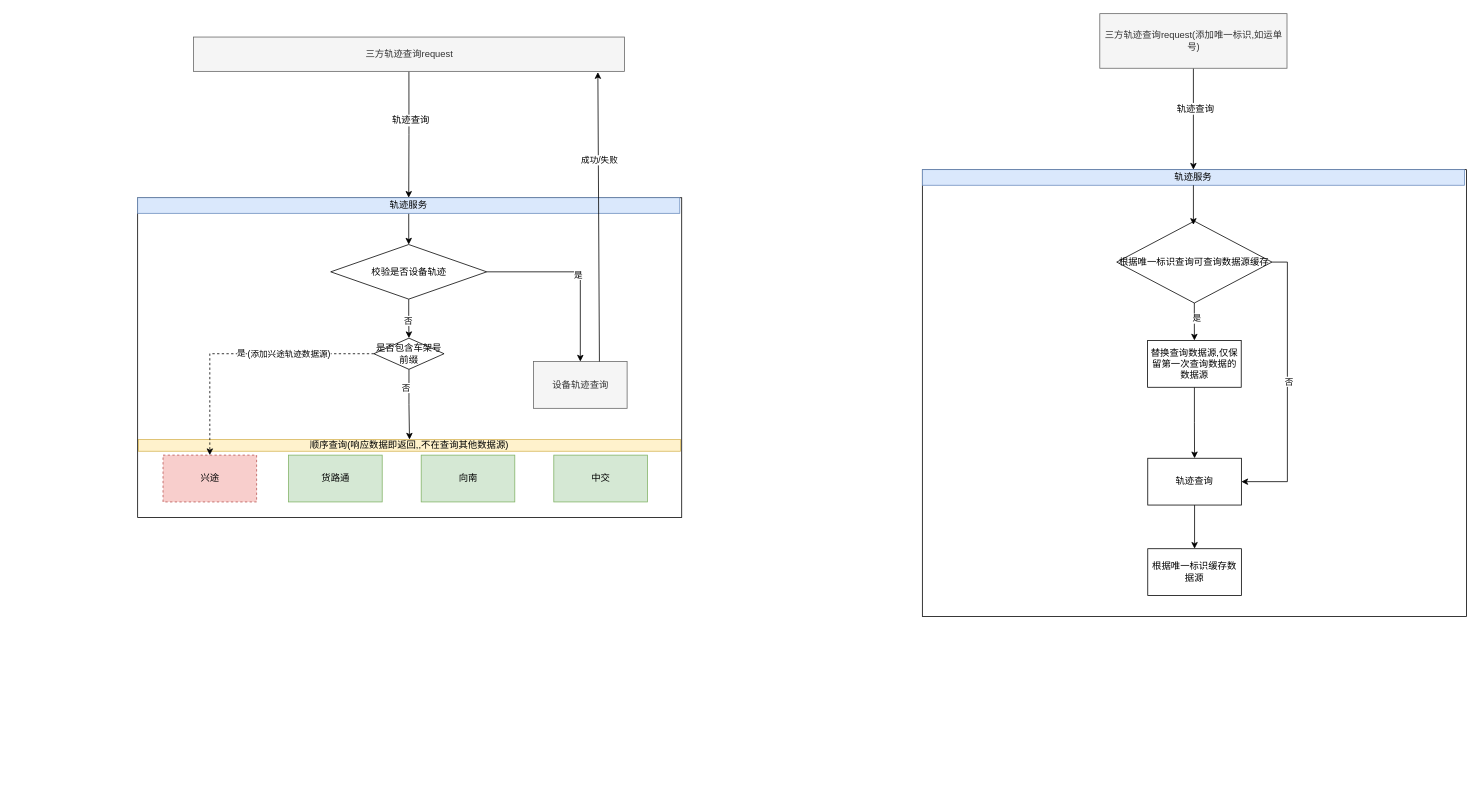
The draw.io diagram 车架号查询兴途.drawio in YangZhenli-git/draw_picture, before the edit. Source tidied: cells renumbered, new cells numbered last; positions are measured from the earlier drawing's top-left corner, leaving out a move shared by most shapes. Both pictures are drawn from the tidied source at 78%, with x=0, y=0 at pixel (137, 13).
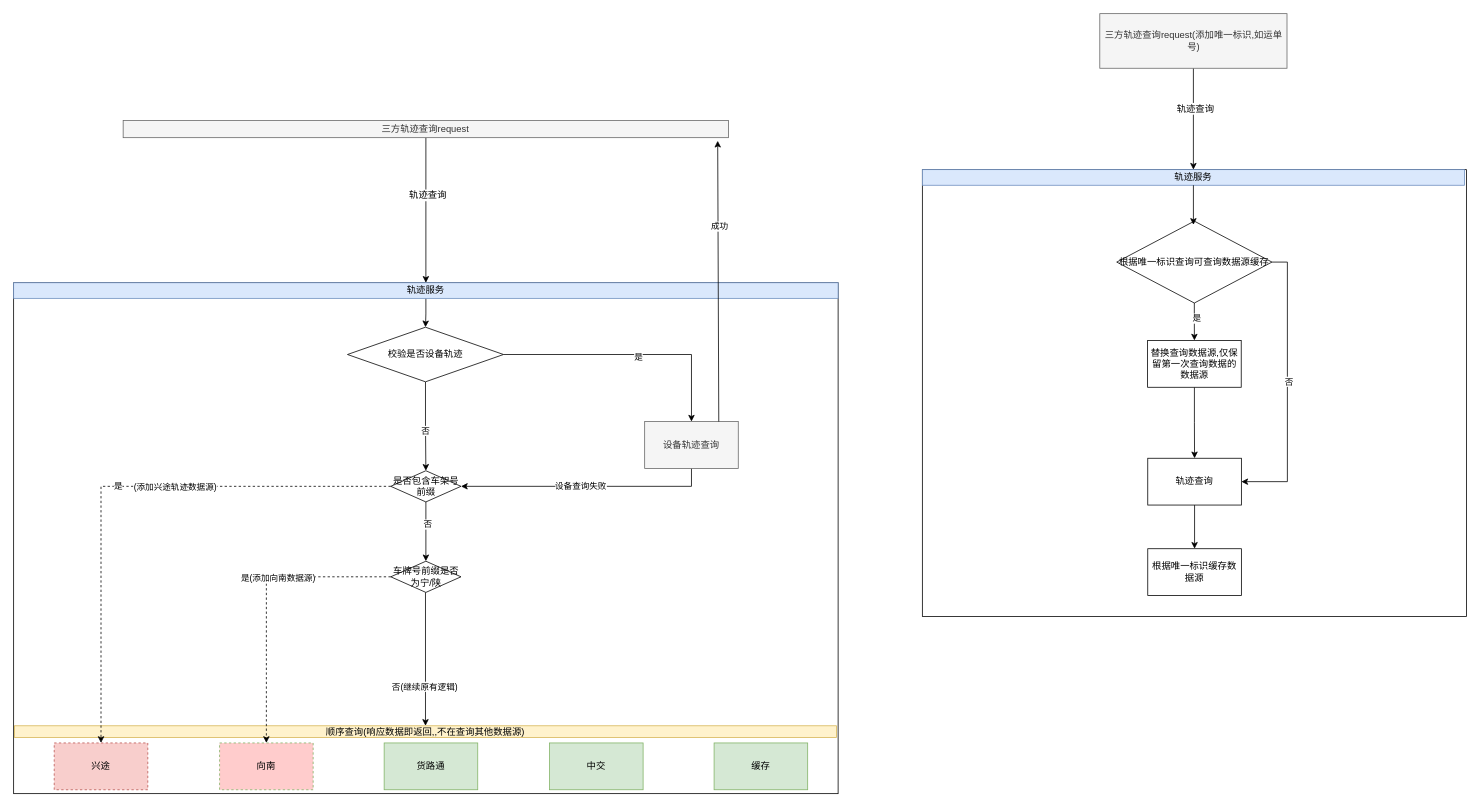
The same diagram, later.

Commit message:
更新车架号查询兴途.drawio

Change to the diagram source:
```diff
@@
     <mxCell id="4" value="三方轨迹查询request" style="rounded=0;whiteSpace=wrap;html=1;fillColor=#f5f5f5;fontColor=#333333;strokeColor=#666666;" parent="1" vertex="1">
-      <mxGeometry x="71.5" y="30" width="552.5" height="44" as="geometry" />
+      <mxGeometry x="-18.6" y="137" width="776.2" height="22" as="geometry" />
     </mxCell>
     <mxCell id="5" style="rounded=0;whiteSpace=wrap;html=1;" parent="1" vertex="1">
-      <mxGeometry y="236" width="697.5" height="410" as="geometry" />
+      <mxGeometry x="-159" y="345" width="1057" height="655" as="geometry" />
     </mxCell>
@@
     <mxCell id="7" value="轨迹服务" style="rounded=0;whiteSpace=wrap;html=1;fillColor=#dae8fc;strokeColor=#6c8ebf;" parent="1" vertex="1">
-      <mxGeometry y="236" width="695" height="20" as="geometry" />
+      <mxGeometry x="-159" y="345" width="1057" height="20" as="geometry" />
     </mxCell>
     <mxCell id="8" value="兴途" style="rounded=0;whiteSpace=wrap;html=1;dashed=1;fillColor=#f8cecc;strokeColor=#b85450;" parent="1" vertex="1">
-      <mxGeometry x="32.5" y="566" width="120" height="60" as="geometry" />
+      <mxGeometry x="-107" y="935" width="120" height="60" as="geometry" />
     </mxCell>
-    <mxCell id="9" value="向南" style="rounded=0;whiteSpace=wrap;html=1;fillColor=#d5e8d4;strokeColor=#82b366;" parent="1" vertex="1">
-      <mxGeometry x="363.5" y="566" width="120" height="60" as="geometry" />
+    <mxCell id="9" value="向南" style="rounded=0;whiteSpace=wrap;html=1;fillColor=#FFCCCC;strokeColor=#82b366;dashed=1;" parent="1" vertex="1">
+      <mxGeometry x="105" y="935" width="120" height="60" as="geometry" />
     </mxCell>
     <mxCell id="10" value="货路通" style="rounded=0;whiteSpace=wrap;html=1;fillColor=#d5e8d4;strokeColor=#82b366;" parent="1" vertex="1">
-      <mxGeometry x="193.5" y="566" width="120" height="60" as="geometry" />
+      <mxGeometry x="316" y="935" width="120" height="60" as="geometry" />
     </mxCell>
     <mxCell id="11" value="顺序查询(响应数据即返回,,不在查询其他数据源)" style="rounded=0;whiteSpace=wrap;html=1;fillColor=#fff2cc;strokeColor=#d6b656;" parent="1" vertex="1">
-      <mxGeometry x="1" y="546" width="695" height="15" as="geometry" />
+      <mxGeometry x="-158" y="913" width="1054" height="15" as="geometry" />
     </mxCell>
     <mxCell id="12" value="中交" style="rounded=0;whiteSpace=wrap;html=1;fillColor=#d5e8d4;strokeColor=#82b366;" parent="1" vertex="1">
-      <mxGeometry x="533.5" y="566" width="120" height="60" as="geometry" />
+      <mxGeometry x="528" y="935" width="120" height="60" as="geometry" />
     </mxCell>
@@
-    <mxCell id="15" style="edgeStyle=orthogonalEdgeStyle;rounded=0;jettySize=auto;html=1;entryX=0.5;entryY=0;entryDx=0;entryDy=0;" parent="1" edge="1" source="17" target="11">
-      <mxGeometry relative="1" as="geometry" />
-    </mxCell>
+    <mxCell id="42" style="edgeStyle=orthogonalEdgeStyle;rounded=0;jettySize=auto;html=1;entryX=0.5;entryY=0;entryDx=0;entryDy=0;" parent="1" edge="1" source="17" target="49">
+      <mxGeometry relative="1" as="geometry" />
+    </mxCell>
-    <mxCell id="16" value="否" style="edgeLabel;html=1;align=center;verticalAlign=middle;" parent="15" vertex="1">
-      <mxGeometry x="-0.49" y="-4" relative="1" as="geometry" />
+    <mxCell id="16" value="否" style="edgeLabel;html=1;align=center;verticalAlign=middle;" parent="42" vertex="1">
+      <mxGeometry x="-0.26" y="2" relative="1" as="geometry" />
     </mxCell>
     <mxCell id="17" value="是否包含车架号前缀" style="rhombus;whiteSpace=wrap;html=1;" parent="1" vertex="1">
-      <mxGeometry x="302.8" y="416" width="90" height="40" as="geometry" />
+      <mxGeometry x="324.5" y="586" width="90" height="40" as="geometry" />
     </mxCell>
@@
     <mxCell id="22" value="校验是否设备轨迹" style="rhombus;whiteSpace=wrap;html=1;" parent="1" vertex="1">
-      <mxGeometry x="247.5" y="296" width="200" height="70" as="geometry" />
+      <mxGeometry x="269" y="402" width="200" height="70" as="geometry" />
     </mxCell>
+    <mxCell id="43" style="edgeStyle=orthogonalEdgeStyle;rounded=0;jettySize=auto;html=1;entryX=1;entryY=0.5;entryDx=0;entryDy=0;" parent="1" edge="1" source="23" target="17">
+      <mxGeometry relative="1" as="geometry">
+        <Array as="points">
+          <mxPoint x="710" y="606" />
+        </Array>
+      </mxGeometry>
+    </mxCell>
+    <mxCell id="44" value="设备查询失败" style="edgeLabel;html=1;align=center;verticalAlign=middle;" parent="43" vertex="1">
+      <mxGeometry x="0.04" y="-1" relative="1" as="geometry" />
+    </mxCell>
     <mxCell id="23" value="设备轨迹查询" style="rounded=0;whiteSpace=wrap;html=1;fillColor=#f5f5f5;fontColor=#333333;strokeColor=#666666;" parent="1" vertex="1">
-      <mxGeometry x="507.5" y="446" width="120" height="60" as="geometry" />
+      <mxGeometry x="650" y="523" width="120" height="60" as="geometry" />
     </mxCell>
@@
-    <mxCell id="40" style="endArrow=classic;html=1;rounded=0;" parent="1" edge="1">
+    <mxCell id="40" style="endArrow=classic;html=1;rounded=0;entryX=0.982;entryY=1.182;entryDx=0;entryDy=0;entryPerimeter=0;" parent="1" edge="1" target="4">
       <mxGeometry relative="1" as="geometry">
-        <mxPoint x="592" y="446" as="sourcePoint" />
-        <mxPoint x="590" y="75" as="targetPoint" />
+        <mxPoint x="745" y="523" as="sourcePoint" />
       </mxGeometry>
     </mxCell>
-    <mxCell id="41" value="成功/失败" style="edgeLabel;html=1;align=center;verticalAlign=middle;" parent="40" vertex="1">
+    <mxCell id="41" value="成功" style="edgeLabel;html=1;align=center;verticalAlign=middle;" parent="40" vertex="1">
       <mxGeometry x="0.39" y="-1" relative="1" as="geometry" />
     </mxCell>
+    <mxCell id="45" style="edgeStyle=orthogonalEdgeStyle;rounded=0;jettySize=auto;html=1;dashed=1;" parent="1" edge="1" source="49" target="9">
+      <mxGeometry relative="1" as="geometry" />
+    </mxCell>
+    <mxCell id="46" value="是(添加向南数据源)" style="edgeLabel;html=1;align=center;verticalAlign=middle;" parent="45" vertex="1">
+      <mxGeometry x="-0.22" y="1" relative="1" as="geometry" />
+    </mxCell>
+    <mxCell id="47" style="edgeStyle=orthogonalEdgeStyle;rounded=0;jettySize=auto;html=1;entryX=0.5;entryY=0;entryDx=0;entryDy=0;" parent="1" edge="1" source="49" target="11">
+      <mxGeometry relative="1" as="geometry">
+        <Array as="points">
+          <mxPoint x="369" y="724" />
+        </Array>
+      </mxGeometry>
+    </mxCell>
+    <mxCell id="48" value="否(继续原有逻辑)" style="edgeLabel;html=1;align=center;verticalAlign=middle;" parent="47" vertex="1">
+      <mxGeometry x="0.41" y="-2" relative="1" as="geometry" />
+    </mxCell>
+    <mxCell id="49" value="车牌号前缀是否为宁/陕" style="rhombus;whiteSpace=wrap;html=1;" parent="1" vertex="1">
+      <mxGeometry x="324.5" y="702" width="90" height="40" as="geometry" />
+    </mxCell>
+    <mxCell id="50" value="缓存" style="rounded=0;whiteSpace=wrap;html=1;fillColor=#d5e8d4;strokeColor=#82b366;" parent="1" vertex="1">
+      <mxGeometry x="739" y="935" width="120" height="60" as="geometry" />
+    </mxCell>
```
